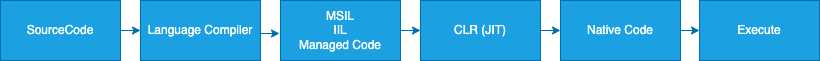
This is Img/101_dot-net-framework-code-exceution-flow.png from uwspstar/FullStack, a draw.io export, as it was before one commit. Source tidied: cells renumbered, new cells last; positions are measured from the earlier drawing's top-left corner, leaving out a move shared by most shapes. Its diagram source:
```xml
<mxGraphModel>
  <root>
    <mxCell id="0" />
    <mxCell id="1" parent="0" />
    <mxCell id="2" value="Execute" style="rounded=0;whiteSpace=wrap;html=1;fillColor=#1ba1e2;fontColor=#ffffff;strokeColor=#006EAF;" parent="1" vertex="1">
      <mxGeometry x="699" width="120" height="60" as="geometry" />
    </mxCell>
    <mxCell id="3" value="Native Code" style="rounded=0;whiteSpace=wrap;html=1;fillColor=#1ba1e2;fontColor=#ffffff;strokeColor=#006EAF;" parent="1" vertex="1">
      <mxGeometry x="560" width="120" height="60" as="geometry" />
    </mxCell>
    <mxCell id="4" value="CLR (JIT)" style="rounded=0;whiteSpace=wrap;html=1;fillColor=#1ba1e2;fontColor=#ffffff;strokeColor=#006EAF;" parent="1" vertex="1">
      <mxGeometry x="420" width="120" height="60" as="geometry" />
    </mxCell>
    <mxCell id="5" value="MSIL&lt;br&gt;IIL&lt;br&gt;Managed Code" style="rounded=0;whiteSpace=wrap;html=1;fillColor=#1ba1e2;fontColor=#ffffff;strokeColor=#006EAF;" parent="1" vertex="1">
      <mxGeometry x="280" width="120" height="60" as="geometry" />
    </mxCell>
    <mxCell id="6" value="Language Compiler" style="rounded=0;whiteSpace=wrap;html=1;fillColor=#1ba1e2;fontColor=#ffffff;strokeColor=#006EAF;" parent="1" vertex="1">
      <mxGeometry x="140" width="120" height="60" as="geometry" />
    </mxCell>
    <mxCell id="7" value="SourceCode" style="rounded=0;whiteSpace=wrap;html=1;fillColor=#1ba1e2;fontColor=#ffffff;strokeColor=#006EAF;" parent="1" vertex="1">
      <mxGeometry width="120" height="60" as="geometry" />
    </mxCell>
    <mxCell id="8" style="endArrow=classic;html=1;exitX=1;exitY=0.5;exitDx=0;exitDy=0;entryX=0;entryY=0.5;entryDx=0;entryDy=0;fillColor=#1ba1e2;strokeColor=#006EAF;" parent="1" edge="1" source="7" target="6">
      <mxGeometry relative="1" as="geometry" />
    </mxCell>
    <mxCell id="9" style="endArrow=classic;html=1;exitX=1;exitY=0.5;exitDx=0;exitDy=0;entryX=0;entryY=0.5;entryDx=0;entryDy=0;fillColor=#1ba1e2;strokeColor=#006EAF;" parent="1" edge="1">
      <mxGeometry relative="1" as="geometry">
        <mxPoint x="259" y="33" as="sourcePoint" />
        <mxPoint x="279" y="33" as="targetPoint" />
      </mxGeometry>
    </mxCell>
    <mxCell id="10" style="endArrow=classic;html=1;exitX=1;exitY=0.5;exitDx=0;exitDy=0;entryX=0;entryY=0.5;entryDx=0;entryDy=0;fillColor=#1ba1e2;strokeColor=#006EAF;" parent="1" edge="1" source="5" target="4">
      <mxGeometry relative="1" as="geometry" />
    </mxCell>
    <mxCell id="11" style="endArrow=classic;html=1;exitX=1;exitY=0.5;exitDx=0;exitDy=0;entryX=0;entryY=0.5;entryDx=0;entryDy=0;fillColor=#1ba1e2;strokeColor=#006EAF;" parent="1" edge="1" source="4" target="3">
      <mxGeometry relative="1" as="geometry" />
    </mxCell>
    <mxCell id="12" style="endArrow=classic;html=1;exitX=1;exitY=0.5;exitDx=0;exitDy=0;fillColor=#1ba1e2;strokeColor=#006EAF;" parent="1" edge="1" source="3" target="2">
      <mxGeometry relative="1" as="geometry" />
    </mxCell>
  </root>
</mxGraphModel>
```
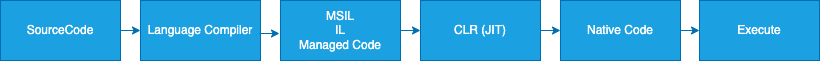
After the change.

What changed in the source:
```diff
@@ -11,7 +11,7 @@
     <mxCell id="4" value="CLR (JIT)" style="rounded=0;whiteSpace=wrap;html=1;fillColor=#1ba1e2;fontColor=#ffffff;strokeColor=#006EAF;" parent="1" vertex="1">
       <mxGeometry x="420" width="120" height="60" as="geometry" />
     </mxCell>
-    <mxCell id="5" value="MSIL&lt;br&gt;IIL&lt;br&gt;Managed Code" style="rounded=0;whiteSpace=wrap;html=1;fillColor=#1ba1e2;fontColor=#ffffff;strokeColor=#006EAF;" parent="1" vertex="1">
+    <mxCell id="5" value="MSIL&lt;br&gt;IL&lt;br&gt;Managed Code" style="rounded=0;whiteSpace=wrap;html=1;fillColor=#1ba1e2;fontColor=#ffffff;strokeColor=#006EAF;" parent="1" vertex="1">
       <mxGeometry x="280" width="120" height="60" as="geometry" />
     </mxCell>
     <mxCell id="6" value="Language Compiler" style="rounded=0;whiteSpace=wrap;html=1;fillColor=#1ba1e2;fontColor=#ffffff;strokeColor=#006EAF;" parent="1" vertex="1">
```
